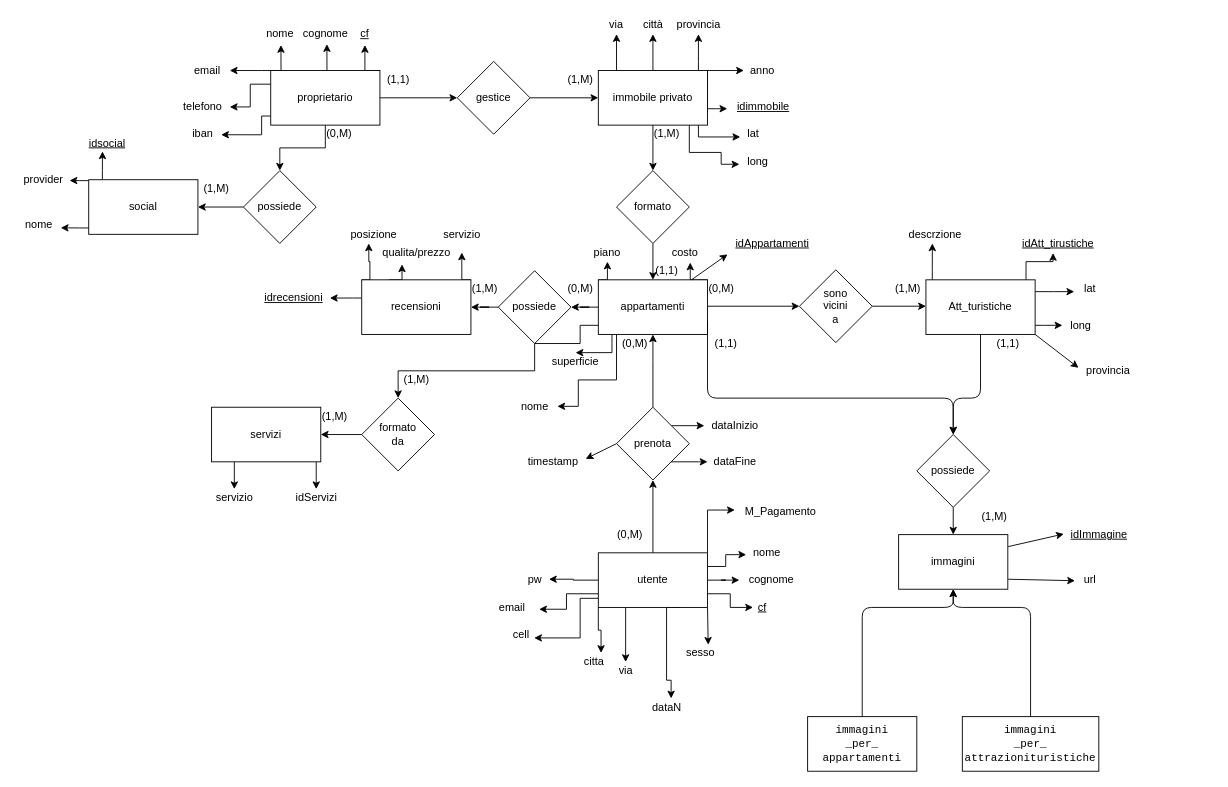
Before: schema er.drawio in MrPinko/Esame-affitti, a draw.io diagram. Source tidied: cells renumbered, new cells numbered last; positions are measured from the earlier drawing's top-left corner, leaving out a move shared by most shapes. Both pictures are drawn from the tidied source at 91%, with x=0, y=0 at pixel (15, 15).
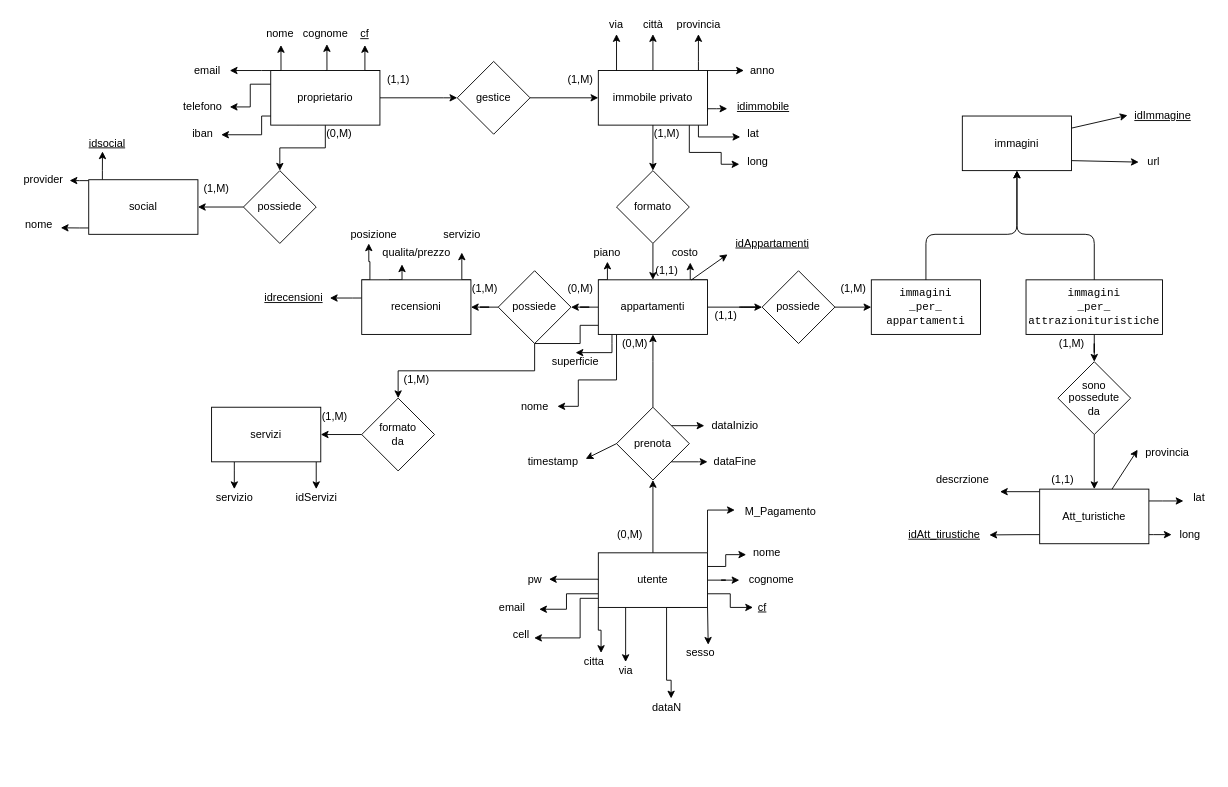
The same diagram, later.

Unchanged cells that the change refers to:
```xml
<mxCell id="20" value="appartamenti" style="whiteSpace=wrap;html=1;rounded=0;direction=west;" parent="1" vertex="1">
  <mxGeometry x="640" y="290" width="120" height="60" as="geometry" />
</mxCell>
<mxCell id="63" value="utente" style="rounded=0;whiteSpace=wrap;html=1;" parent="1" vertex="1">
  <mxGeometry x="640" y="590" width="120" height="60" as="geometry" />
</mxCell>
<mxCell id="77" value="pw" style="text;html=1;align=center;verticalAlign=middle;points=[];fillColor=none;strokeColor=none;rounded=0;" parent="1" vertex="1">
  <mxGeometry x="555" y="610" width="30" height="20" as="geometry" />
</mxCell>
```

Diff of the diagram source:
```diff
@@
-    <mxCell id="14" style="edgeStyle=orthogonalEdgeStyle;rounded=0;jettySize=auto;html=1;" parent="1" edge="1" source="20" target="28">
-      <mxGeometry relative="1" as="geometry">
-        <Array as="points">
-          <mxPoint x="800" y="319" />
-          <mxPoint x="800" y="319" />
-        </Array>
-      </mxGeometry>
-    </mxCell>
@@
-    <mxCell id="27" style="edgeStyle=orthogonalEdgeStyle;rounded=0;jettySize=auto;html=1;" parent="1" edge="1" source="28" target="33">
-      <mxGeometry relative="1" as="geometry">
-        <Array as="points">
-          <mxPoint x="930" y="310" />
-          <mxPoint x="930" y="310" />
-        </Array>
-      </mxGeometry>
-    </mxCell>
-    <mxCell id="28" value="&lt;div&gt;sono &lt;br&gt;&lt;/div&gt;&lt;div&gt;vicini&lt;br&gt;&lt;/div&gt;&lt;div&gt;a &lt;/div&gt;" style="rhombus;whiteSpace=wrap;html=1;rounded=0;" parent="1" vertex="1">
-      <mxGeometry x="861" y="279" width="80" height="80" as="geometry" />
-    </mxCell>
-    <mxCell id="29" style="edgeStyle=orthogonalEdgeStyle;rounded=0;jettySize=auto;html=1;entryX=0.447;entryY=1.028;entryDx=0;entryDy=0;entryPerimeter=0;" parent="1" edge="1" source="33" target="113">
-      <mxGeometry relative="1" as="geometry">
-        <Array as="points">
-          <mxPoint x="1110" y="270" />
-          <mxPoint x="1140" y="270" />
-        </Array>
-      </mxGeometry>
-    </mxCell>
-    <mxCell id="30" style="edgeStyle=orthogonalEdgeStyle;rounded=0;jettySize=auto;html=1;entryX=0.463;entryY=1;entryDx=0;entryDy=0;entryPerimeter=0;" parent="1" edge="1" source="33" target="134">
+    <mxCell id="30" style="edgeStyle=orthogonalEdgeStyle;rounded=0;jettySize=auto;html=1;entryX=1.017;entryY=0.642;entryDx=0;entryDy=0;entryPerimeter=0;" parent="1" edge="1" source="33">
       <mxGeometry relative="1" as="geometry">
+        <mxPoint x="1081.4" y="522.8" as="targetPoint" />
         <Array as="points">
-          <mxPoint x="1007" y="280" />
-          <mxPoint x="1007" y="280" />
+          <mxPoint x="1127" y="523" />
         </Array>
       </mxGeometry>
     </mxCell>
     <mxCell id="31" style="edgeStyle=orthogonalEdgeStyle;rounded=0;jettySize=auto;html=1;entryX=-0.067;entryY=0.65;entryDx=0;entryDy=0;entryPerimeter=0;" parent="1" edge="1" source="33" target="135">
       <mxGeometry relative="1" as="geometry">
         <Array as="points">
-          <mxPoint x="1140" y="303" />
-          <mxPoint x="1140" y="303" />
+          <mxPoint x="1260" y="533" />
+          <mxPoint x="1260" y="533" />
         </Array>
       </mxGeometry>
     </mxCell>
     <mxCell id="32" style="edgeStyle=orthogonalEdgeStyle;rounded=0;jettySize=auto;html=1;entryX=0;entryY=0.5;entryDx=0;entryDy=0;entryPerimeter=0;" parent="1" edge="1" source="33" target="136">
       <mxGeometry relative="1" as="geometry">
         <Array as="points">
-          <mxPoint x="1130" y="340" />
-          <mxPoint x="1130" y="340" />
+          <mxPoint x="1250" y="570" />
+          <mxPoint x="1250" y="570" />
         </Array>
       </mxGeometry>
     </mxCell>
+    <mxCell id="29" style="edgeStyle=orthogonalEdgeStyle;rounded=0;jettySize=auto;html=1;entryX=0.997;entryY=0.517;entryDx=0;entryDy=0;entryPerimeter=0;" parent="1" edge="1" source="33" target="113">
+      <mxGeometry relative="1" as="geometry">
+        <Array as="points">
+          <mxPoint x="1110" y="570" />
+          <mxPoint x="1110" y="570" />
+        </Array>
+      </mxGeometry>
+    </mxCell>
     <mxCell id="33" value="Att_turistiche" style="whiteSpace=wrap;html=1;rounded=0;" parent="1" vertex="1">
-      <mxGeometry x="1000" y="290" width="120" height="60" as="geometry" />
+      <mxGeometry x="1125" y="520" width="120" height="60" as="geometry" />
     </mxCell>
@@
     <mxCell id="54" style="edgeStyle=orthogonalEdgeStyle;rounded=0;jettySize=auto;html=1;exitX=0;exitY=0.5;exitDx=0;exitDy=0;entryX=1.025;entryY=0.45;entryDx=0;entryDy=0;entryPerimeter=0;" parent="1" edge="1" source="63" target="77">
-      <mxGeometry relative="1" as="geometry" />
+      <mxGeometry relative="1" as="geometry">
+        <Array as="points">
+          <mxPoint x="640" y="619" />
+        </Array>
+      </mxGeometry>
     </mxCell>
@@
-    <mxCell id="96" value="(0,M)" style="text;html=1;align=center;verticalAlign=middle;strokeColor=none;" parent="1" vertex="1">
-      <mxGeometry x="755" y="290" width="40" height="20" as="geometry" />
-    </mxCell>
-    <mxCell id="97" value="(1,M)" style="text;html=1;align=center;verticalAlign=middle;strokeColor=none;" parent="1" vertex="1">
-      <mxGeometry x="960" y="290" width="40" height="20" as="geometry" />
-    </mxCell>
@@
     <mxCell id="113" value="&lt;u&gt;idAtt_tirustiche&lt;/u&gt;" style="text;html=1;align=center;verticalAlign=middle;points=[];strokeColor=none;" parent="1" vertex="1">
-      <mxGeometry x="1095" y="240" width="100" height="20" as="geometry" />
+      <mxGeometry x="970" y="560" width="100" height="20" as="geometry" />
     </mxCell>
@@
     <mxCell id="118" value="&lt;div&gt;&lt;code class=&quot;sql&quot;&gt;&lt;span class=&quot;cm-variable-2&quot;&gt;immagini&lt;/span&gt;&lt;/code&gt;&lt;/div&gt;&lt;div&gt;&lt;code class=&quot;sql&quot;&gt;&lt;span class=&quot;cm-variable-2&quot;&gt;_per_&lt;/span&gt;&lt;/code&gt;&lt;/div&gt;&lt;div&gt;&lt;code class=&quot;sql&quot;&gt;&lt;span class=&quot;cm-variable-2&quot;&gt;appartamenti&lt;/span&gt;&lt;/code&gt;&lt;/div&gt;" style="whiteSpace=wrap;html=1;" parent="1" vertex="1">
-      <mxGeometry x="870" y="770" width="120" height="60" as="geometry" />
+      <mxGeometry x="940" y="290" width="120" height="60" as="geometry" />
     </mxCell>
     <mxCell id="119" value="(1,1)" style="text;html=1;align=center;verticalAlign=middle;strokeColor=none;" parent="1" vertex="1">
-      <mxGeometry x="760" y="350" width="40" height="20" as="geometry" />
+      <mxGeometry x="760" y="320" width="40" height="20" as="geometry" />
     </mxCell>
+    <mxCell id="153" style="edgeStyle=orthogonalEdgeStyle;rounded=0;jettySize=auto;html=1;" parent="1" edge="1" source="120" target="118">
+      <mxGeometry relative="1" as="geometry" />
+    </mxCell>
     <mxCell id="120" value="&lt;div&gt;possiede&lt;/div&gt;" style="rhombus;whiteSpace=wrap;html=1;" parent="1" vertex="1">
-      <mxGeometry x="990" y="460" width="80" height="80" as="geometry" />
+      <mxGeometry x="820" y="280" width="80" height="80" as="geometry" />
     </mxCell>
     <mxCell id="121" value="(1,1)" style="text;html=1;align=center;verticalAlign=middle;strokeColor=none;" parent="1" vertex="1">
-      <mxGeometry x="1070" y="350" width="40" height="20" as="geometry" />
+      <mxGeometry x="1130" y="500" width="40" height="20" as="geometry" />
     </mxCell>
@@
     <mxCell id="134" value="descrzione" style="text;html=1;align=center;verticalAlign=middle;points=[];strokeColor=none;" parent="1" vertex="1">
-      <mxGeometry x="970" y="230" width="80" height="20" as="geometry" />
+      <mxGeometry x="1000" y="500" width="80" height="20" as="geometry" />
     </mxCell>
     <mxCell id="135" value="&lt;div&gt;lat&lt;/div&gt;" style="text;html=1;align=center;verticalAlign=middle;points=[];strokeColor=none;" parent="1" vertex="1">
-      <mxGeometry x="1165" y="290" width="30" height="20" as="geometry" />
+      <mxGeometry x="1285" y="520" width="30" height="20" as="geometry" />
     </mxCell>
     <mxCell id="136" value="&lt;div&gt;long&lt;/div&gt;" style="text;html=1;align=center;verticalAlign=middle;points=[];strokeColor=none;" parent="1" vertex="1">
-      <mxGeometry x="1150" y="330" width="40" height="20" as="geometry" />
+      <mxGeometry x="1270" y="560" width="40" height="20" as="geometry" />
     </mxCell>
-    <mxCell id="137" style="endArrow=classic;html=1;exitX=0;exitY=0.25;exitDx=0;exitDy=0;entryX=0.5;entryY=0;entryDx=0;entryDy=0;" parent="1" edge="1" source="20" target="120">
+    <mxCell id="137" style="endArrow=classic;html=1;exitX=0;exitY=0.5;exitDx=0;exitDy=0;entryX=0;entryY=0.5;entryDx=0;entryDy=0;" parent="1" edge="1" source="20" target="120">
       <mxGeometry relative="1" as="geometry">
         <Array as="points">
-          <mxPoint x="760" y="420" />
-          <mxPoint x="1030" y="420" />
+          <mxPoint x="820" y="320" />
+          <mxPoint x="790" y="320" />
         </Array>
       </mxGeometry>
     </mxCell>
+    <mxCell id="154" style="edgeStyle=orthogonalEdgeStyle;rounded=0;jettySize=auto;html=1;" parent="1" edge="1" source="138" target="156">
+      <mxGeometry relative="1" as="geometry" />
+    </mxCell>
     <mxCell id="138" value="&lt;div&gt;&lt;code class=&quot;sql&quot;&gt;&lt;span class=&quot;cm-variable-2&quot;&gt;immagini&lt;/span&gt;&lt;/code&gt;&lt;/div&gt;&lt;div&gt;&lt;code class=&quot;sql&quot;&gt;&lt;span class=&quot;cm-variable-2&quot;&gt;_per_&lt;/span&gt;&lt;/code&gt;&lt;/div&gt;&lt;div&gt;&lt;code class=&quot;sql&quot;&gt;&lt;span class=&quot;cm-variable-2&quot;&gt;attrazionituristiche&lt;/span&gt;&lt;/code&gt;&lt;/div&gt;" style="whiteSpace=wrap;html=1;" parent="1" vertex="1">
-      <mxGeometry x="1040" y="770" width="150" height="60" as="geometry" />
+      <mxGeometry x="1110" y="290" width="150" height="60" as="geometry" />
     </mxCell>
     <mxCell id="139" value="(1,M)" style="text;html=1;align=center;verticalAlign=middle;strokeColor=none;" parent="1" vertex="1">
-      <mxGeometry x="1055" y="540" width="40" height="20" as="geometry" />
+      <mxGeometry x="900" y="290" width="40" height="20" as="geometry" />
     </mxCell>
-    <mxCell id="140" style="endArrow=classic;html=1;exitX=0.5;exitY=1;exitDx=0;exitDy=0;entryX=0.5;entryY=0;entryDx=0;entryDy=0;" parent="1" edge="1" source="33" target="120">
-      <mxGeometry relative="1" as="geometry">
-        <Array as="points">
-          <mxPoint x="1060" y="420" />
-          <mxPoint x="1030" y="420" />
-        </Array>
-      </mxGeometry>
-    </mxCell>
     <mxCell id="141" style="endArrow=classic;html=1;exitX=0.5;exitY=0;exitDx=0;exitDy=0;entryX=0.5;entryY=1;entryDx=0;entryDy=0;" parent="1" edge="1" source="118" target="143">
       <mxGeometry relative="1" as="geometry">
         <Array as="points">
-          <mxPoint x="930" y="650" />
-          <mxPoint x="1030" y="650" />
+          <mxPoint x="1000" y="240" />
+          <mxPoint x="1100" y="240" />
         </Array>
       </mxGeometry>
     </mxCell>
     <mxCell id="142" style="endArrow=classic;html=1;exitX=0.5;exitY=0;exitDx=0;exitDy=0;entryX=0.5;entryY=1;entryDx=0;entryDy=0;" parent="1" edge="1" source="138" target="143">
       <mxGeometry relative="1" as="geometry">
         <Array as="points">
-          <mxPoint x="1115" y="650" />
-          <mxPoint x="1030" y="650" />
+          <mxPoint x="1185" y="240" />
+          <mxPoint x="1100" y="240" />
         </Array>
       </mxGeometry>
     </mxCell>
     <mxCell id="143" value="immagini" style="whiteSpace=wrap;html=1;" parent="1" vertex="1">
-      <mxGeometry x="970" y="570" width="120" height="60" as="geometry" />
+      <mxGeometry x="1040" y="110" width="120" height="60" as="geometry" />
     </mxCell>
     <mxCell id="144" value="&lt;u&gt;idImmagine&lt;/u&gt;" style="text;html=1;align=center;verticalAlign=middle;points=[];strokeColor=none;" parent="1" vertex="1">
-      <mxGeometry x="1150" y="560" width="80" height="20" as="geometry" />
+      <mxGeometry x="1220" y="100" width="80" height="20" as="geometry" />
     </mxCell>
     <mxCell id="145" value="&lt;div&gt;url&lt;/div&gt;" style="text;html=1;align=center;verticalAlign=middle;points=[];strokeColor=none;" parent="1" vertex="1">
-      <mxGeometry x="1165" y="610" width="30" height="20" as="geometry" />
+      <mxGeometry x="1235" y="150" width="30" height="20" as="geometry" />
     </mxCell>
-    <mxCell id="146" style="endArrow=classic;html=1;entryX=0.5;entryY=0;entryDx=0;entryDy=0;exitX=0.5;exitY=1;exitDx=0;exitDy=0;" parent="1" edge="1" source="120" target="143">
-      <mxGeometry relative="1" as="geometry" />
-    </mxCell>
@@
     <mxCell id="151" value="provincia" style="text;html=1;align=center;verticalAlign=middle;points=[];strokeColor=none;" parent="1" vertex="1">
-      <mxGeometry x="1170" y="380" width="60" height="20" as="geometry" />
+      <mxGeometry x="1235" y="470" width="60" height="20" as="geometry" />
     </mxCell>
-    <mxCell id="152" style="endArrow=classic;html=1;exitX=1;exitY=1;exitDx=0;exitDy=0;entryX=-0.039;entryY=0.333;entryDx=0;entryDy=0;entryPerimeter=0;" parent="1" edge="1" source="33" target="151">
+    <mxCell id="152" style="endArrow=classic;html=1;entryX=-0.039;entryY=0.333;entryDx=0;entryDy=0;entryPerimeter=0;" parent="1" edge="1" source="33" target="151">
       <mxGeometry relative="1" as="geometry" />
     </mxCell>
+    <mxCell id="155" style="edgeStyle=orthogonalEdgeStyle;rounded=0;jettySize=auto;html=1;" parent="1" edge="1" source="156" target="33">
+      <mxGeometry relative="1" as="geometry" />
+    </mxCell>
+    <mxCell id="156" value="&lt;div&gt;sono possedute&lt;/div&gt;&lt;div&gt;da&lt;br&gt;&lt;/div&gt;" style="rhombus;whiteSpace=wrap;html=1;" parent="1" vertex="1">
+      <mxGeometry x="1145" y="380" width="80" height="80" as="geometry" />
+    </mxCell>
+    <mxCell id="97" value="(1,M)" style="text;html=1;align=center;verticalAlign=middle;strokeColor=none;" parent="1" vertex="1">
+      <mxGeometry x="1140" y="350" width="40" height="20" as="geometry" />
+    </mxCell>
```
